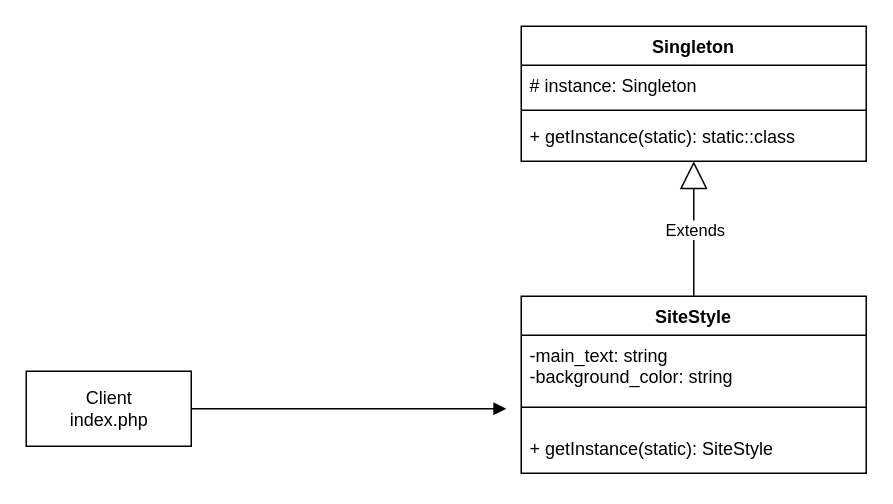
devlubinets/todo keeps this draw.io diagram as Creational/Singleton/UML Singleton.drawio. Above is the earlier version. Source tidied: cells renumbered, new cells numbered last; positions are measured from the earlier drawing's top-left corner, leaving out a move shared by most shapes. Both pictures are drawn from the tidied source at 150%, with x=0, y=0 at pixel (26, 26).
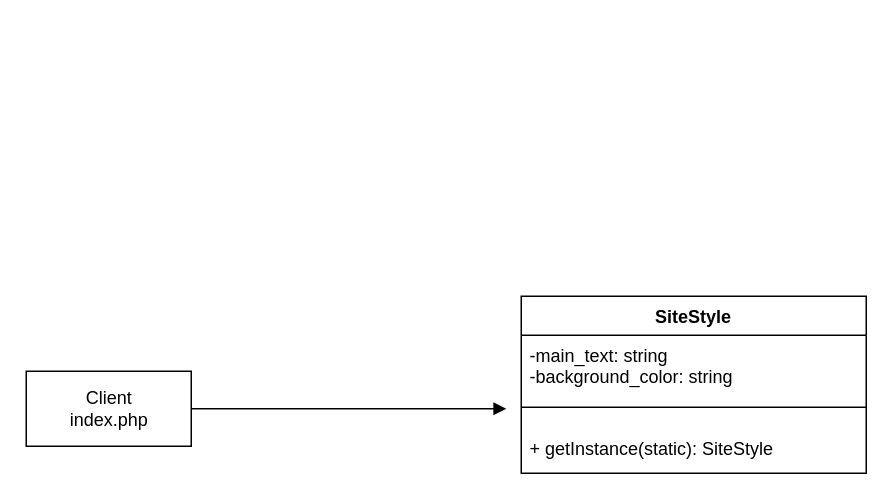
The same page after the edit.

Diff of the diagram source:
```diff
@@
 <mxGraphModel>
   <root>
     <mxCell id="0" />
     <mxCell id="1" parent="0" />
-    <mxCell id="2" value="Singleton" style="swimlane;fontStyle=1;align=center;verticalAlign=top;horizontal=1;startSize=26;" parent="1" vertex="1">
-      <mxGeometry x="330" width="230" height="90" as="geometry" />
-    </mxCell>
-    <mxCell id="3" value="# instance: Singleton" style="text;strokeColor=none;fillColor=none;align=left;verticalAlign=top;spacingLeft=4;spacingRight=4;overflow=hidden;" parent="2" vertex="1">
-      <mxGeometry y="26" width="230" height="26" as="geometry" />
-    </mxCell>
-    <mxCell id="4" style="line;strokeWidth=1;fillColor=none;align=left;verticalAlign=middle;spacingTop=-1;spacingLeft=3;spacingRight=3;labelPosition=right;" parent="2" vertex="1">
-      <mxGeometry y="52" width="230" height="8" as="geometry" />
-    </mxCell>
-    <mxCell id="5" value="+ getInstance(static): static::class" style="text;strokeColor=none;fillColor=none;align=left;verticalAlign=top;spacingLeft=4;spacingRight=4;overflow=hidden;" parent="2" vertex="1">
-      <mxGeometry y="60" width="230" height="30" as="geometry" />
-    </mxCell>
     <mxCell id="6" value="SiteStyle" style="swimlane;fontStyle=1;align=center;verticalAlign=top;horizontal=1;startSize=26;" parent="1" vertex="1">
       <mxGeometry x="330" y="180" width="230" height="118" as="geometry" />
     </mxCell>
     <mxCell id="7" value="-main_text: string&#10;-background_color: string" style="text;strokeColor=none;fillColor=none;align=left;verticalAlign=top;spacingLeft=4;spacingRight=4;overflow=hidden;" parent="6" vertex="1">
       <mxGeometry y="26" width="230" height="34" as="geometry" />
     </mxCell>
     <mxCell id="8" style="line;strokeWidth=1;fillColor=none;align=left;verticalAlign=middle;spacingTop=-1;spacingLeft=3;spacingRight=3;labelPosition=right;" parent="6" vertex="1">
       <mxGeometry y="60" width="230" height="28" as="geometry" />
     </mxCell>
     <mxCell id="9" value="+ getInstance(static): SiteStyle" style="text;strokeColor=none;fillColor=none;align=left;verticalAlign=top;spacingLeft=4;spacingRight=4;overflow=hidden;" parent="6" vertex="1">
       <mxGeometry y="88" width="230" height="30" as="geometry" />
     </mxCell>
     <mxCell id="10" value="Client&lt;br&gt;index.php&lt;br&gt;" style="html=1;" parent="1" vertex="1">
       <mxGeometry y="230" width="110" height="50" as="geometry" />
     </mxCell>
     <mxCell id="11" style="html=1;verticalAlign=bottom;endArrow=block;rounded=0;edgeStyle=orthogonalEdgeStyle;entryX=0;entryY=0.5;entryDx=0;entryDy=0;" parent="1" edge="1" source="10">
       <mxGeometry relative="1" as="geometry">
         <mxPoint x="320" y="255" as="targetPoint" />
       </mxGeometry>
     </mxCell>
-    <mxCell id="12" value="Extends" style="endArrow=block;endSize=16;endFill=0;html=1;rounded=0;edgeStyle=orthogonalEdgeStyle;exitX=0.5;exitY=0;exitDx=0;exitDy=0;" parent="1" edge="1" source="6">
-      <mxGeometry relative="1" as="geometry">
-        <mxPoint x="445" y="90" as="targetPoint" />
-      </mxGeometry>
-    </mxCell>
   </root>
 </mxGraphModel>
```
